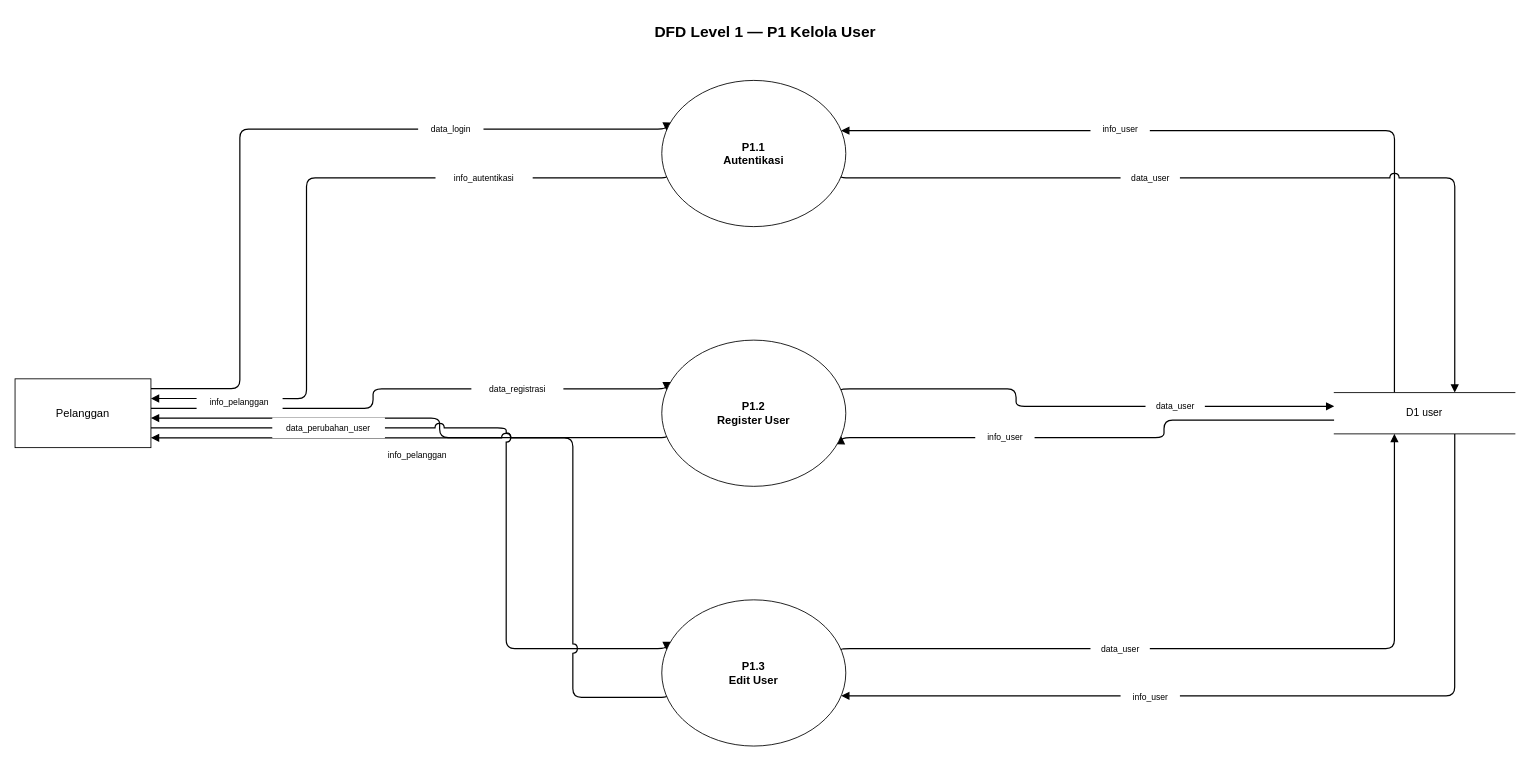
ryuken25/diagrams keeps this draw.io diagram as generated/dfd_level1_P1.drawio. Above is the earlier version. Source tidied: cells renumbered, new cells numbered last; positions are measured from the earlier drawing's top-left corner, leaving out a move shared by most shapes. Both pictures are drawn from the tidied source at 86%, with x=0, y=0 at pixel (15, 15).
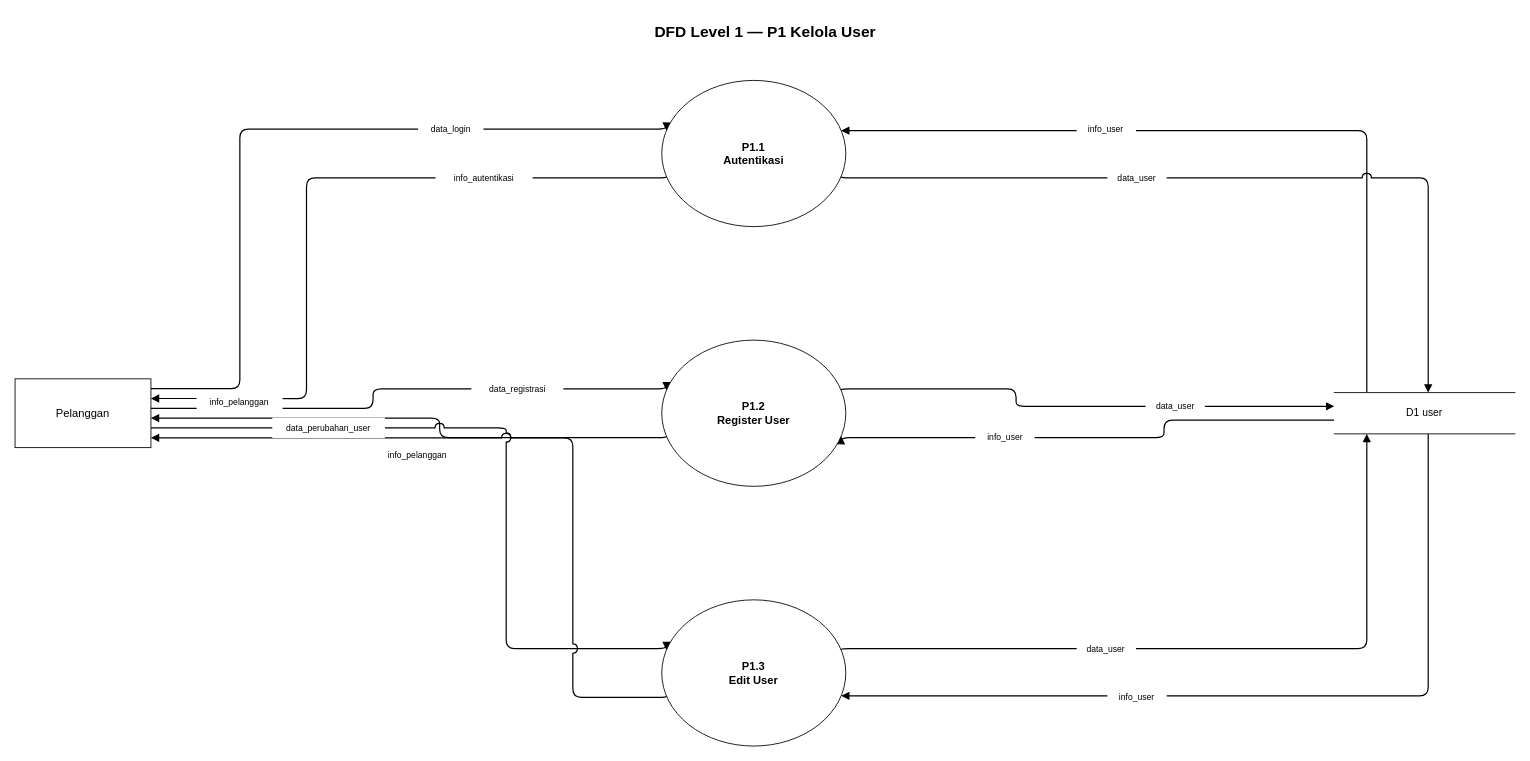
After the change.

Unchanged cells that the change refers to:
```xml
<mxCell id="14" value="P1.1&#10;Autentikasi" style="ellipse;whiteSpace=wrap;html=1;fillColor=#FFFFFF;strokeColor=#000000;fontSize=13;fontStyle=1;verticalAlign=middle;" parent="1" vertex="1">
  <mxGeometry x="752" y="76" width="214" height="170" as="geometry" />
</mxCell>
<mxCell id="16" value="P1.3&#10;Edit User" style="ellipse;whiteSpace=wrap;html=1;fillColor=#FFFFFF;strokeColor=#000000;fontSize=13;fontStyle=1;verticalAlign=middle;" parent="1" vertex="1">
  <mxGeometry x="752" y="680" width="214" height="170" as="geometry" />
</mxCell>
<mxCell id="18" value="D1  user" style="shape=partialRectangle;top=1;bottom=1;left=0;right=0;whiteSpace=wrap;html=1;fillColor=#FFFFFF;strokeColor=#000000;fontSize=12;align=center;" parent="1" vertex="1">
  <mxGeometry x="1534" y="439" width="210" height="48" as="geometry" />
</mxCell>
```

What changed in the source:
```diff
@@
-    <mxCell id="8" style="html=1;rounded=1;strokeColor=#000000;strokeWidth=1.4;endArrow=block;startArrow=none;jumpStyle=arc;jumpSize=10;edgeStyle=orthogonalEdgeStyle;exitX=0.333;exitY=0.000;entryX=1.000;entryY=0.333;exitDx=0;exitDy=0;entryDx=0;entryDy=0;" parent="1" edge="1" source="18" target="14">
+    <mxCell id="8" style="html=1;rounded=1;strokeColor=#000000;strokeWidth=1.4;endArrow=block;startArrow=none;jumpStyle=arc;jumpSize=10;edgeStyle=orthogonalEdgeStyle;exitX=0.180;exitY=0.000;entryX=1.000;entryY=0.333;exitDx=0;exitDy=0;entryDx=0;entryDy=0;" parent="1" edge="1" source="18" target="14">
       <mxGeometry relative="1" as="geometry">
         <Array as="points">
-          <mxPoint x="1604" y="439" />
-          <mxPoint x="1604" y="132.7" />
+          <mxPoint x="1571.8" y="439" />
+          <mxPoint x="1571.8" y="132.7" />
         </Array>
       </mxGeometry>
     </mxCell>
-    <mxCell id="9" style="html=1;rounded=1;strokeColor=#000000;strokeWidth=1.4;endArrow=block;startArrow=none;jumpStyle=arc;jumpSize=10;edgeStyle=orthogonalEdgeStyle;exitX=1.000;exitY=0.667;entryX=0.667;entryY=0.000;exitDx=0;exitDy=0;entryDx=0;entryDy=0;" parent="1" edge="1" source="14" target="18">
+    <mxCell id="9" style="html=1;rounded=1;strokeColor=#000000;strokeWidth=1.4;endArrow=block;startArrow=none;jumpStyle=arc;jumpSize=10;edgeStyle=orthogonalEdgeStyle;exitX=1.000;exitY=0.667;entryX=0.520;entryY=0.000;exitDx=0;exitDy=0;entryDx=0;entryDy=0;" parent="1" edge="1" source="14" target="18">
       <mxGeometry relative="1" as="geometry">
         <Array as="points">
-          <mxPoint x="1674" y="189.3" />
-          <mxPoint x="1674" y="439" />
+          <mxPoint x="1643.2" y="189.3" />
+          <mxPoint x="1643.2" y="439" />
         </Array>
       </mxGeometry>
     </mxCell>
@@
-    <mxCell id="12" style="html=1;rounded=1;strokeColor=#000000;strokeWidth=1.4;endArrow=block;startArrow=none;jumpStyle=arc;jumpSize=10;edgeStyle=orthogonalEdgeStyle;exitX=1.000;exitY=0.333;entryX=0.333;entryY=1.000;exitDx=0;exitDy=0;entryDx=0;entryDy=0;" parent="1" edge="1" source="16" target="18">
+    <mxCell id="12" style="html=1;rounded=1;strokeColor=#000000;strokeWidth=1.4;endArrow=block;startArrow=none;jumpStyle=arc;jumpSize=10;edgeStyle=orthogonalEdgeStyle;exitX=1.000;exitY=0.333;entryX=0.180;entryY=1.000;exitDx=0;exitDy=0;entryDx=0;entryDy=0;" parent="1" edge="1" source="16" target="18">
       <mxGeometry relative="1" as="geometry">
         <Array as="points">
-          <mxPoint x="1604" y="736.7" />
-          <mxPoint x="1604" y="487" />
+          <mxPoint x="1571.8" y="736.7" />
+          <mxPoint x="1571.8" y="487" />
         </Array>
       </mxGeometry>
     </mxCell>
-    <mxCell id="13" style="html=1;rounded=1;strokeColor=#000000;strokeWidth=1.4;endArrow=block;startArrow=none;jumpStyle=arc;jumpSize=10;edgeStyle=orthogonalEdgeStyle;exitX=0.667;exitY=1.000;entryX=1.000;entryY=0.667;exitDx=0;exitDy=0;entryDx=0;entryDy=0;" parent="1" edge="1" source="18" target="16">
+    <mxCell id="13" style="html=1;rounded=1;strokeColor=#000000;strokeWidth=1.4;endArrow=block;startArrow=none;jumpStyle=arc;jumpSize=10;edgeStyle=orthogonalEdgeStyle;exitX=0.520;exitY=1.000;entryX=1.000;entryY=0.667;exitDx=0;exitDy=0;entryDx=0;entryDy=0;" parent="1" edge="1" source="18" target="16">
       <mxGeometry relative="1" as="geometry">
         <Array as="points">
-          <mxPoint x="1674" y="487" />
-          <mxPoint x="1674" y="793.3" />
+          <mxPoint x="1643.2" y="487" />
+          <mxPoint x="1643.2" y="793.3" />
         </Array>
       </mxGeometry>
     </mxCell>
@@
     <mxCell id="25" value="info_user" style="text;html=1;align=center;verticalAlign=middle;fontSize=10;rounded=0;fillColor=#FFFFFF;strokeColor=none;whiteSpace=wrap;spacing=2;" parent="1" vertex="1">
-      <mxGeometry x="1250.5" y="120.7" width="69" height="24" as="geometry" />
+      <mxGeometry x="1234.4" y="120.7" width="69" height="24" as="geometry" />
     </mxCell>
     <mxCell id="26" value="data_user" style="text;html=1;align=center;verticalAlign=middle;fontSize=10;rounded=0;fillColor=#FFFFFF;strokeColor=none;whiteSpace=wrap;spacing=2;" parent="1" vertex="1">
-      <mxGeometry x="1285.5" y="177.4" width="69" height="24" as="geometry" />
+      <mxGeometry x="1270.1" y="177.4" width="69" height="24" as="geometry" />
     </mxCell>
@@
     <mxCell id="29" value="data_user" style="text;html=1;align=center;verticalAlign=middle;fontSize=10;rounded=0;fillColor=#FFFFFF;strokeColor=none;whiteSpace=wrap;spacing=2;" parent="1" vertex="1">
-      <mxGeometry x="1250.5" y="724.6" width="69" height="24" as="geometry" />
+      <mxGeometry x="1234.4" y="724.6" width="69" height="24" as="geometry" />
     </mxCell>
     <mxCell id="30" value="info_user" style="text;html=1;align=center;verticalAlign=middle;fontSize=10;rounded=0;fillColor=#FFFFFF;strokeColor=none;whiteSpace=wrap;spacing=2;" parent="1" vertex="1">
-      <mxGeometry x="1285.5" y="781.3" width="69" height="24" as="geometry" />
+      <mxGeometry x="1270.1" y="781.3" width="69" height="24" as="geometry" />
     </mxCell>
```
